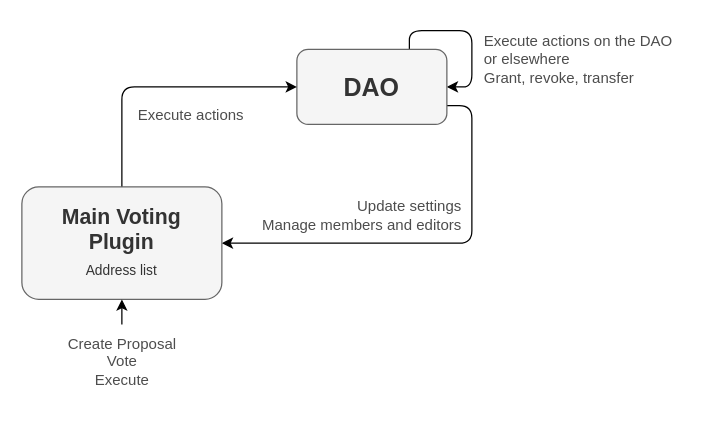
This is page "Standard 2" (6 of 8) of img/Geo Diagrams.drawio from aragon/geo-browser-contracts, a draw.io file, before an edit. Source tidied: cells renumbered, new cells numbered last; positions are measured from the earlier drawing's top-left corner, leaving out a move shared by most shapes. Both pictures are drawn from the tidied source at 125%, with x=0, y=0 at pixel (21, 24).
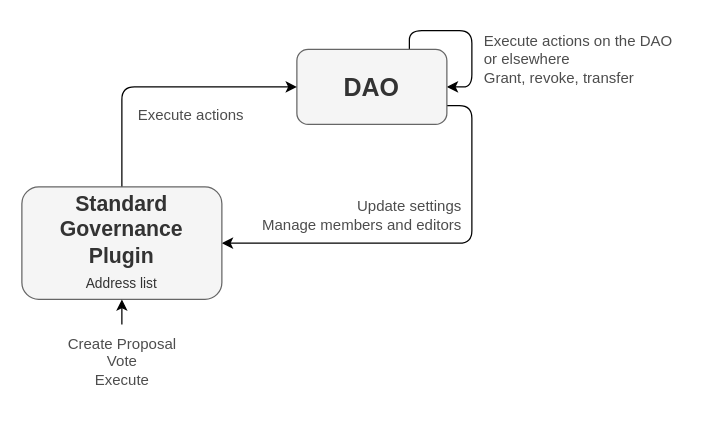
Above is the later version.

What changed in the source:
```diff
@@
 <mxGraphModel background="#ffffff">
   <root>
     <mxCell id="0" />
     <mxCell id="1" parent="0" />
     <mxCell id="2" style="edgeStyle=orthogonalEdgeStyle;rounded=1;jettySize=auto;html=1;exitX=1;exitY=0.75;exitDx=0;exitDy=0;entryX=1;entryY=0.5;entryDx=0;entryDy=0;" parent="1" edge="1" source="4" target="6">
       <mxGeometry relative="1" as="geometry" />
     </mxCell>
     <mxCell id="3" style="edgeStyle=orthogonalEdgeStyle;rounded=1;orthogonalLoop=1;jettySize=auto;html=1;exitX=0.75;exitY=0;exitDx=0;exitDy=0;entryX=1;entryY=0.5;entryDx=0;entryDy=0;curved=0;" parent="1" edge="1" source="4" target="4">
       <mxGeometry relative="1" as="geometry">
         <Array as="points">
           <mxPoint x="310" y="5" />
           <mxPoint x="360" y="5" />
           <mxPoint x="360" y="50" />
         </Array>
       </mxGeometry>
     </mxCell>
     <mxCell id="4" value="&lt;font style=&quot;font-size: 20px;&quot;&gt;&lt;b&gt;DAO&lt;/b&gt;&lt;/font&gt;" style="rounded=1;whiteSpace=wrap;html=1;fillColor=#f5f5f5;fontColor=#333333;strokeColor=#666666;" parent="1" vertex="1">
       <mxGeometry x="220" y="20" width="120" height="60" as="geometry" />
     </mxCell>
     <mxCell id="5" style="edgeStyle=orthogonalEdgeStyle;rounded=1;jettySize=auto;html=1;exitX=0.5;exitY=0;exitDx=0;exitDy=0;entryX=0;entryY=0.5;entryDx=0;entryDy=0;" parent="1" edge="1" source="6" target="4">
       <mxGeometry relative="1" as="geometry" />
     </mxCell>
-    <mxCell id="6" value="&lt;font size=&quot;1&quot;&gt;&lt;b style=&quot;font-size: 17px;&quot;&gt;Main Voting&lt;br&gt;Plugin&lt;/b&gt;&lt;/font&gt;&lt;font style=&quot;font-size: 11px;&quot;&gt;&lt;br&gt;Address list&lt;/font&gt;&lt;font size=&quot;1&quot; style=&quot;&quot;&gt;&lt;b style=&quot;font-size: 17px;&quot;&gt;&lt;br&gt;&lt;/b&gt;&lt;/font&gt;" style="rounded=1;whiteSpace=wrap;html=1;fillColor=#f5f5f5;fontColor=#333333;strokeColor=#666666;" parent="1" vertex="1">
+    <mxCell id="6" value="&lt;font size=&quot;1&quot;&gt;&lt;b style=&quot;font-size: 17px;&quot;&gt;Standard Governance&lt;br&gt;Plugin&lt;/b&gt;&lt;/font&gt;&lt;font style=&quot;font-size: 11px;&quot;&gt;&lt;br&gt;Address list&lt;/font&gt;&lt;font size=&quot;1&quot; style=&quot;&quot;&gt;&lt;b style=&quot;font-size: 17px;&quot;&gt;&lt;br&gt;&lt;/b&gt;&lt;/font&gt;" style="rounded=1;whiteSpace=wrap;html=1;fillColor=#f5f5f5;fontColor=#333333;strokeColor=#666666;" parent="1" vertex="1">
       <mxGeometry y="130" width="160" height="90" as="geometry" />
     </mxCell>
     <mxCell id="7" style="edgeStyle=orthogonalEdgeStyle;rounded=1;jettySize=auto;html=1;entryX=0.5;entryY=1;entryDx=0;entryDy=0;" parent="1" edge="1" source="8" target="6">
       <mxGeometry relative="1" as="geometry" />
     </mxCell>
     <mxCell id="8" value="Create Proposal&lt;br&gt;Vote&lt;br&gt;Execute" style="text;html=1;align=center;verticalAlign=middle;points=[];strokeColor=none;fillColor=none;fontColor=#4d4d4d;" parent="1" vertex="1">
       <mxGeometry x="25" y="240" width="110" height="60" as="geometry" />
     </mxCell>
     <mxCell id="9" value="Execute actions" style="text;html=1;align=center;verticalAlign=middle;strokeColor=none;fillColor=none;fontColor=#4d4d4d;" parent="1" vertex="1">
       <mxGeometry x="80" y="58" width="110" height="30" as="geometry" />
     </mxCell>
     <mxCell id="10" value="Update settings&lt;div&gt;Manage members and editors&lt;/div&gt;" style="text;html=1;align=right;verticalAlign=middle;strokeColor=none;fillColor=none;fontColor=#4d4d4d;" parent="1" vertex="1">
       <mxGeometry x="176" y="132" width="177" height="41" as="geometry" />
     </mxCell>
     <mxCell id="11" value="Execute actions on the DAO&lt;div&gt;or elsewhere&lt;/div&gt;&lt;div&gt;Grant, revoke, transfer&lt;/div&gt;" style="text;html=1;align=left;verticalAlign=middle;strokeColor=none;fillColor=none;fontColor=#4d4d4d;" parent="1" vertex="1">
       <mxGeometry x="368" width="169" height="55" as="geometry" />
     </mxCell>
   </root>
 </mxGraphModel>
```
